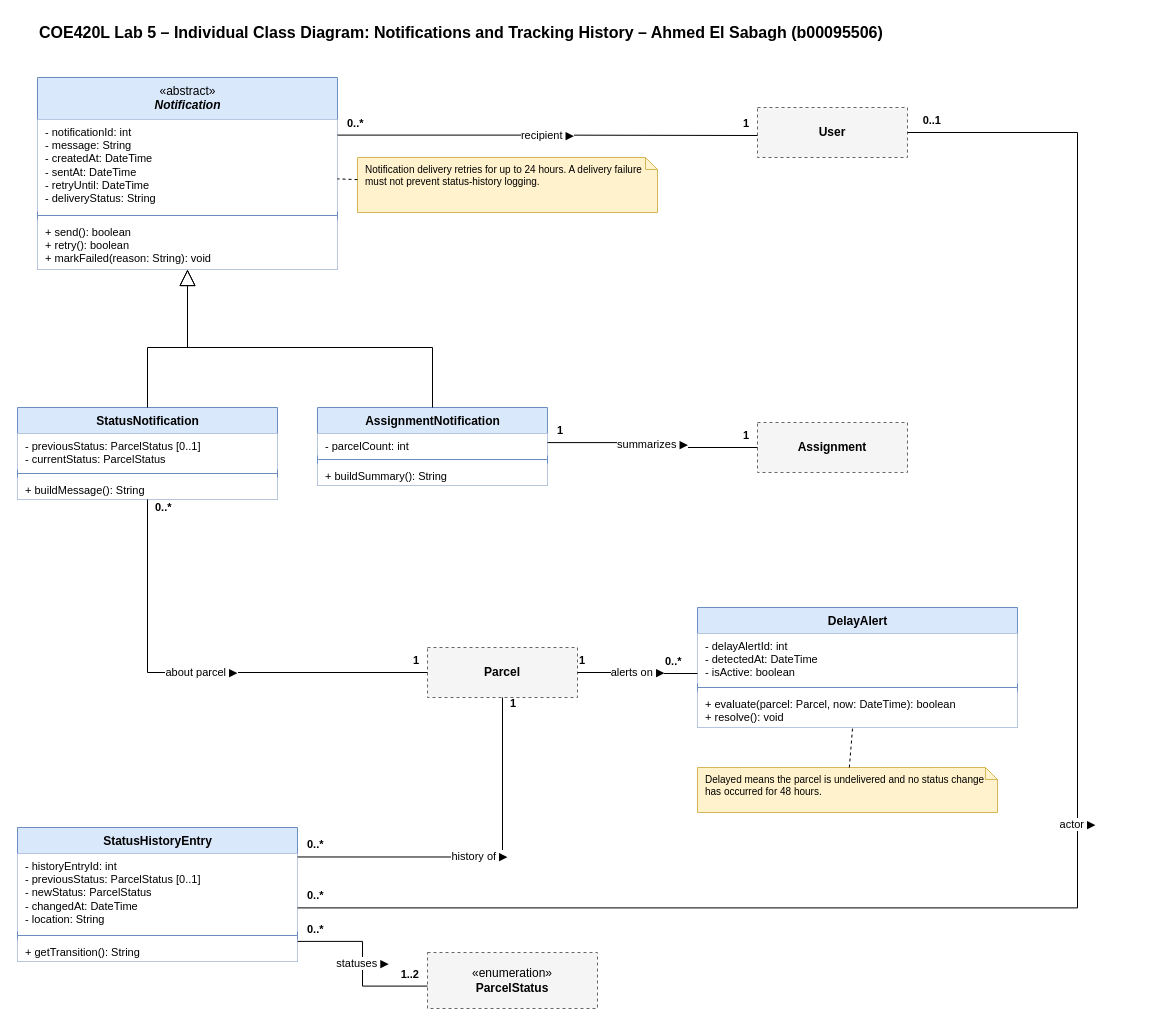
COE420-Team10-F26/Courier_parcel_tracking_system keeps this draw.io diagram as Project/Object_Modeling/Individual_Models/Ahmed_Class_Diagram.drawio. Above is the earlier version. Source tidied: cells renumbered, new cells numbered last; positions are measured from the earlier drawing's top-left corner, leaving out a move shared by most shapes. Both pictures are drawn from the tidied source at 100%, with x=0, y=0 at pixel (17, 17).
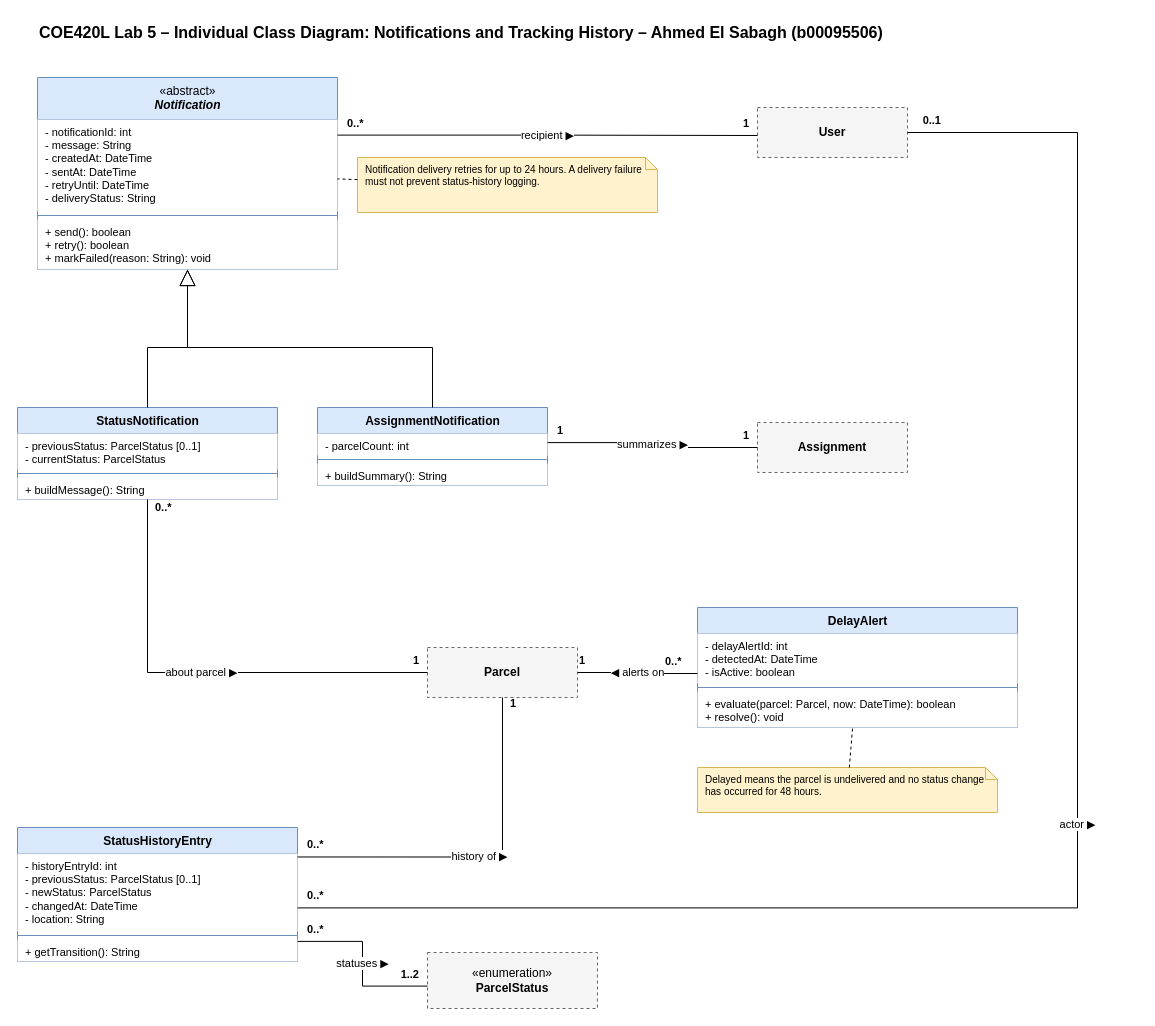
The same diagram, later.

Commit message (it also covers changes not shown here):
Polish: decision wording, arrow directions, ID ranges, diagram labels

The change refers to these unchanged cells:
```xml
<mxCell id="17" value="&lt;b&gt;Parcel&lt;/b&gt;" style="rounded=0;whiteSpace=wrap;html=1;fillColor=#f5f5f5;strokeColor=#666666;dashed=1;fontSize=12;" parent="1" vertex="1">
  <mxGeometry x="410" y="630" width="150" height="50" as="geometry" />
</mxCell>
<mxCell id="18" value="&lt;b&gt;DelayAlert&lt;/b&gt;" style="swimlane;html=1;fontStyle=0;align=center;verticalAlign=top;horizontal=1;startSize=26;fillColor=#dae8fc;strokeColor=#6c8ebf;fontSize=12;" parent="1" vertex="1">
  <mxGeometry x="680" y="590" width="320" height="120" as="geometry" />
</mxCell>
```

What changed in the source:
```diff
@@
-    <mxCell id="47" value="alerts on ▶" style="html=1;rounded=0;edgeStyle=orthogonalEdgeStyle;fontSize=11;labelBackgroundColor=#ffffff;endArrow=none;exitX=0;exitY=0.55;exitDx=0;exitDy=0;entryX=1;entryY=0.5;entryDx=0;entryDy=0;" parent="1" edge="1" source="18" target="17">
+    <mxCell id="47" value="◀ alerts on" style="html=1;rounded=0;edgeStyle=orthogonalEdgeStyle;fontSize=11;labelBackgroundColor=#ffffff;endArrow=none;exitX=0;exitY=0.55;exitDx=0;exitDy=0;entryX=1;entryY=0.5;entryDx=0;entryDy=0;" parent="1" edge="1" source="18" target="17">
       <mxGeometry relative="1" as="geometry">
         <Array as="points">
           <mxPoint x="620" y="655" />
         </Array>
       </mxGeometry>
     </mxCell>
```
